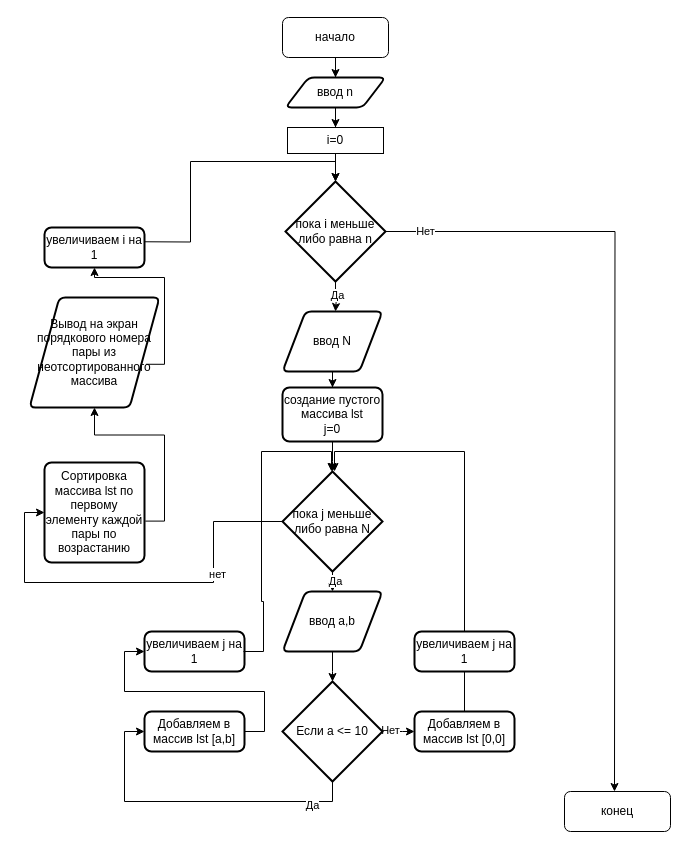
The draw.io diagram блоксхема B.Десять слов мудрости .drawio in nikkxgod/otchet_block_schema, before the edit. Source tidied: cells renumbered, new cells numbered last; positions are measured from the earlier drawing's top-left corner, leaving out a move shared by most shapes. Both pictures are drawn from the tidied source at 100%, with x=0, y=0 at pixel (29, 17).
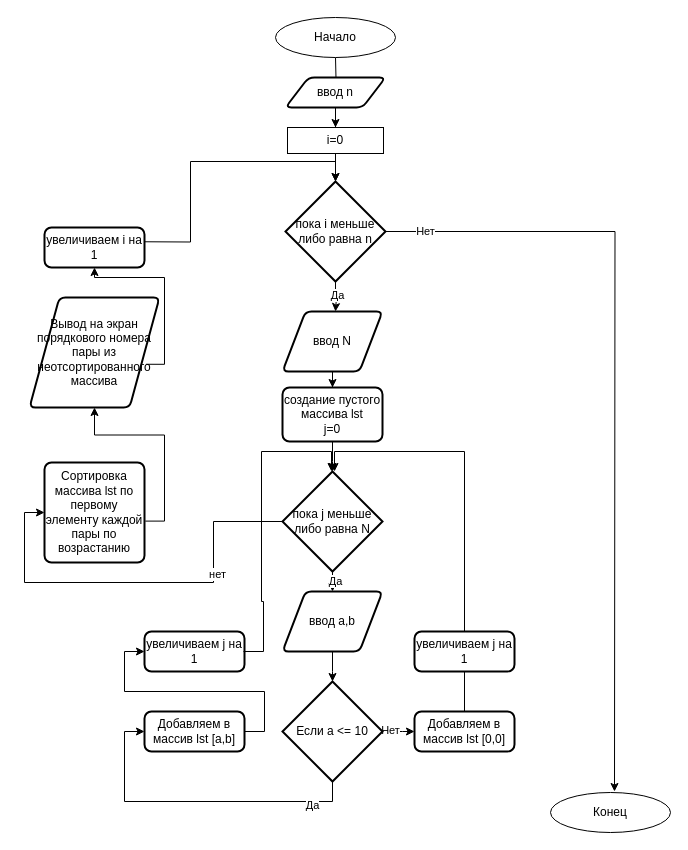
Above is the later version.

Unchanged cells that the change refers to:
```xml
<mxCell id="5" value="ввод n" style="shape=parallelogram;html=1;strokeWidth=2;perimeter=parallelogramPerimeter;whiteSpace=wrap;rounded=1;arcSize=12;size=0.23;" parent="1" vertex="1">
  <mxGeometry x="256" y="60" width="100" height="30" as="geometry" />
</mxCell>
```

Change to the diagram source:
```diff
@@
-    <mxCell id="2" style="edgeStyle=orthogonalEdgeStyle;rounded=0;jettySize=auto;html=1;" parent="1" edge="1" source="3" target="5">
-      <mxGeometry relative="1" as="geometry" />
+    <mxCell id="2" style="edgeStyle=orthogonalEdgeStyle;rounded=0;jettySize=auto;html=1;" parent="1" edge="1" target="5">
+      <mxGeometry relative="1" as="geometry">
+        <mxPoint x="306" y="40" as="sourcePoint" />
+      </mxGeometry>
     </mxCell>
-    <mxCell id="3" value="начало" style="rounded=1;whiteSpace=wrap;html=1;" parent="1" vertex="1">
-      <mxGeometry x="253" width="106" height="40" as="geometry" />
-    </mxCell>
@@
-    <mxCell id="31" value="конец" style="rounded=1;whiteSpace=wrap;html=1;" parent="1" vertex="1">
-      <mxGeometry x="535" y="774" width="106" height="40" as="geometry" />
-    </mxCell>
@@
+    <mxCell id="43" value="Начало" style="ellipse;whiteSpace=wrap;html=1;" parent="1" vertex="1">
+      <mxGeometry x="246" width="120" height="40" as="geometry" />
+    </mxCell>
+    <mxCell id="44" value="Конец" style="ellipse;whiteSpace=wrap;html=1;" parent="1" vertex="1">
+      <mxGeometry x="521" y="775" width="120" height="40" as="geometry" />
+    </mxCell>
```
